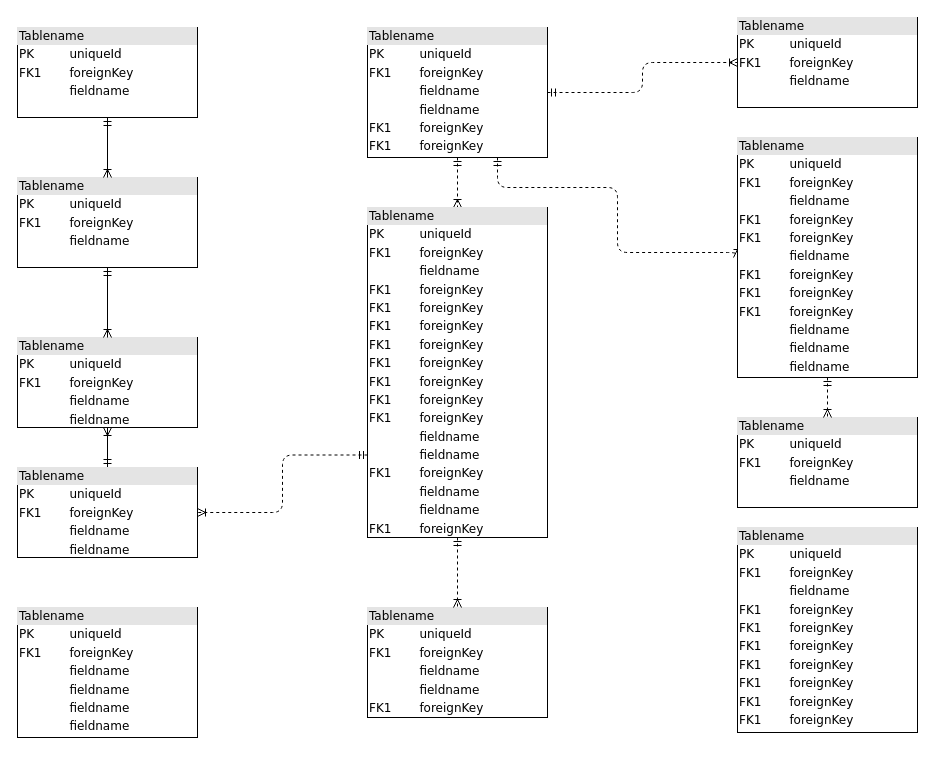
Before: diagramas/simuladordestinos.drawio in Castillo82/simuladordestinos, a draw.io diagram. Source tidied: cells renumbered, new cells numbered last; positions are measured from the earlier drawing's top-left corner, leaving out a move shared by most shapes. Both pictures are drawn from the tidied source at 100%, with x=0, y=0 at pixel (17, 17).
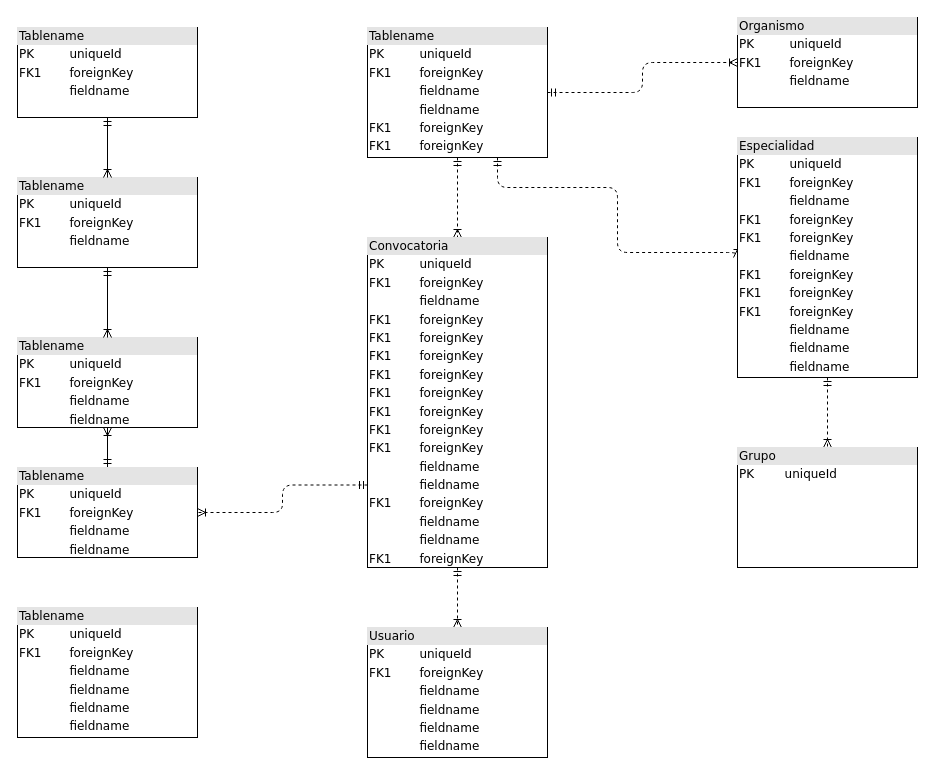
After the change.

The edit, as a diff of the source:
```diff
@@
-    <mxCell id="13" value="&lt;div style=&quot;box-sizing: border-box ; width: 100% ; background: #e4e4e4 ; padding: 2px&quot;&gt;Tablename&lt;/div&gt;&lt;table style=&quot;width: 100% ; font-size: 1em&quot; cellpadding=&quot;2&quot; cellspacing=&quot;0&quot;&gt;&lt;tbody&gt;&lt;tr&gt;&lt;td&gt;PK&lt;/td&gt;&lt;td&gt;uniqueId&lt;/td&gt;&lt;/tr&gt;&lt;tr&gt;&lt;td&gt;FK1&lt;/td&gt;&lt;td&gt;foreignKey&lt;/td&gt;&lt;/tr&gt;&lt;tr&gt;&lt;td&gt;&lt;/td&gt;&lt;td&gt;fieldname&lt;/td&gt;&lt;/tr&gt;&lt;tr&gt;&lt;td&gt;FK1&lt;br&gt;&lt;/td&gt;&lt;td&gt;foreignKey&lt;br&gt;&lt;/td&gt;&lt;/tr&gt;&lt;tr&gt;&lt;td&gt;FK1&lt;br&gt;&lt;/td&gt;&lt;td&gt;foreignKey&lt;br&gt;&lt;/td&gt;&lt;/tr&gt;&lt;tr&gt;&lt;td&gt;FK1&lt;br&gt;&lt;/td&gt;&lt;td&gt;foreignKey&lt;br&gt;&lt;/td&gt;&lt;/tr&gt;&lt;tr&gt;&lt;td&gt;FK1&lt;br&gt;&lt;/td&gt;&lt;td&gt;foreignKey&lt;br&gt;&lt;/td&gt;&lt;/tr&gt;&lt;tr&gt;&lt;td&gt;FK1&lt;br&gt;&lt;/td&gt;&lt;td&gt;foreignKey&lt;br&gt;&lt;/td&gt;&lt;/tr&gt;&lt;tr&gt;&lt;td&gt;FK1&lt;br&gt;&lt;/td&gt;&lt;td&gt;foreignKey&lt;br&gt;&lt;/td&gt;&lt;/tr&gt;&lt;tr&gt;&lt;td&gt;FK1&lt;br&gt;&lt;/td&gt;&lt;td&gt;foreignKey&lt;br&gt;&lt;/td&gt;&lt;/tr&gt;&lt;/tbody&gt;&lt;/table&gt;" style="verticalAlign=top;align=left;overflow=fill;html=1;rounded=0;shadow=0;comic=0;labelBackgroundColor=none;strokeWidth=1;fontFamily=Verdana;fontSize=12;" parent="1" vertex="1">
-      <mxGeometry x="720" y="510" width="180" height="205" as="geometry" />
-    </mxCell>
-    <mxCell id="14" value="&lt;div style=&quot;box-sizing: border-box ; width: 100% ; background: #e4e4e4 ; padding: 2px&quot;&gt;Tablename&lt;/div&gt;&lt;table style=&quot;width: 100% ; font-size: 1em&quot; cellpadding=&quot;2&quot; cellspacing=&quot;0&quot;&gt;&lt;tbody&gt;&lt;tr&gt;&lt;td&gt;PK&lt;/td&gt;&lt;td&gt;uniqueId&lt;/td&gt;&lt;/tr&gt;&lt;tr&gt;&lt;td&gt;FK1&lt;/td&gt;&lt;td&gt;foreignKey&lt;/td&gt;&lt;/tr&gt;&lt;tr&gt;&lt;td&gt;&lt;/td&gt;&lt;td&gt;fieldname&lt;/td&gt;&lt;/tr&gt;&lt;tr&gt;&lt;td&gt;&lt;br&gt;&lt;/td&gt;&lt;td&gt;fieldname&lt;br&gt;&lt;/td&gt;&lt;/tr&gt;&lt;tr&gt;&lt;td&gt;FK1&lt;br&gt;&lt;/td&gt;&lt;td&gt;foreignKey&lt;br&gt;&lt;/td&gt;&lt;/tr&gt;&lt;/tbody&gt;&lt;/table&gt;" style="verticalAlign=top;align=left;overflow=fill;html=1;rounded=0;shadow=0;comic=0;labelBackgroundColor=none;strokeWidth=1;fontFamily=Verdana;fontSize=12;" parent="1" vertex="1">
-      <mxGeometry x="350" y="590" width="180" height="110" as="geometry" />
-    </mxCell>
-    <mxCell id="15" style="edgeStyle=orthogonalEdgeStyle;html=1;entryX=0.5;entryY=0;labelBackgroundColor=none;startArrow=ERmandOne;endArrow=ERoneToMany;fontFamily=Verdana;fontSize=12;align=left;dashed=1;" parent="1" edge="1" source="16" target="14">
+    <mxCell id="15" style="edgeStyle=orthogonalEdgeStyle;html=1;entryX=0.5;entryY=0;labelBackgroundColor=none;startArrow=ERmandOne;endArrow=ERoneToMany;fontFamily=Verdana;fontSize=12;align=left;dashed=1;entryDx=0;entryDy=0;" parent="1" edge="1" source="16" target="24">
       <mxGeometry relative="1" as="geometry" />
     </mxCell>
-    <mxCell id="16" value="&lt;div style=&quot;box-sizing: border-box ; width: 100% ; background: #e4e4e4 ; padding: 2px&quot;&gt;Tablename&lt;/div&gt;&lt;table style=&quot;width: 100% ; font-size: 1em&quot; cellpadding=&quot;2&quot; cellspacing=&quot;0&quot;&gt;&lt;tbody&gt;&lt;tr&gt;&lt;td&gt;PK&lt;/td&gt;&lt;td&gt;uniqueId&lt;/td&gt;&lt;/tr&gt;&lt;tr&gt;&lt;td&gt;FK1&lt;/td&gt;&lt;td&gt;foreignKey&lt;/td&gt;&lt;/tr&gt;&lt;tr&gt;&lt;td&gt;&lt;/td&gt;&lt;td&gt;fieldname&lt;/td&gt;&lt;/tr&gt;&lt;tr&gt;&lt;td&gt;FK1&lt;br&gt;&lt;/td&gt;&lt;td&gt;foreignKey&lt;br&gt;&lt;/td&gt;&lt;/tr&gt;&lt;tr&gt;&lt;td&gt;FK1&lt;br&gt;&lt;/td&gt;&lt;td&gt;foreignKey&lt;br&gt;&lt;/td&gt;&lt;/tr&gt;&lt;tr&gt;&lt;td&gt;FK1&lt;br&gt;&lt;/td&gt;&lt;td&gt;foreignKey&lt;br&gt;&lt;/td&gt;&lt;/tr&gt;&lt;tr&gt;&lt;td&gt;FK1&lt;br&gt;&lt;/td&gt;&lt;td&gt;foreignKey&lt;br&gt;&lt;/td&gt;&lt;/tr&gt;&lt;tr&gt;&lt;td&gt;FK1&lt;br&gt;&lt;/td&gt;&lt;td&gt;foreignKey&lt;br&gt;&lt;/td&gt;&lt;/tr&gt;&lt;tr&gt;&lt;td&gt;FK1&lt;br&gt;&lt;/td&gt;&lt;td&gt;foreignKey&lt;br&gt;&lt;/td&gt;&lt;/tr&gt;&lt;tr&gt;&lt;td&gt;FK1&lt;br&gt;&lt;/td&gt;&lt;td&gt;foreignKey&lt;br&gt;&lt;/td&gt;&lt;/tr&gt;&lt;tr&gt;&lt;td&gt;FK1&lt;br&gt;&lt;/td&gt;&lt;td&gt;foreignKey&lt;br&gt;&lt;/td&gt;&lt;/tr&gt;&lt;tr&gt;&lt;td&gt;&lt;br&gt;&lt;/td&gt;&lt;td&gt;fieldname&lt;br&gt;&lt;/td&gt;&lt;/tr&gt;&lt;tr&gt;&lt;td&gt;&lt;br&gt;&lt;/td&gt;&lt;td&gt;fieldname&lt;br&gt;&lt;/td&gt;&lt;/tr&gt;&lt;tr&gt;&lt;td&gt;FK1&lt;br&gt;&lt;/td&gt;&lt;td&gt;foreignKey&lt;br&gt;&lt;/td&gt;&lt;/tr&gt;&lt;tr&gt;&lt;td&gt;&lt;br&gt;&lt;/td&gt;&lt;td&gt;fieldname&lt;br&gt;&lt;/td&gt;&lt;/tr&gt;&lt;tr&gt;&lt;td&gt;&lt;br&gt;&lt;/td&gt;&lt;td&gt;fieldname&lt;br&gt;&lt;/td&gt;&lt;/tr&gt;&lt;tr&gt;&lt;td&gt;FK1&lt;br&gt;&lt;/td&gt;&lt;td&gt;foreignKey&lt;br&gt;&lt;/td&gt;&lt;/tr&gt;&lt;/tbody&gt;&lt;/table&gt;" style="verticalAlign=top;align=left;overflow=fill;html=1;rounded=0;shadow=0;comic=0;labelBackgroundColor=none;strokeWidth=1;fontFamily=Verdana;fontSize=12;" parent="1" vertex="1">
-      <mxGeometry x="350" y="190" width="180" height="330" as="geometry" />
+    <mxCell id="16" value="&lt;div style=&quot;box-sizing: border-box ; width: 100% ; background: #e4e4e4 ; padding: 2px&quot;&gt;Convocatoria&lt;/div&gt;&lt;table style=&quot;width: 100% ; font-size: 1em&quot; cellspacing=&quot;0&quot; cellpadding=&quot;2&quot;&gt;&lt;tbody&gt;&lt;tr&gt;&lt;td&gt;PK&lt;/td&gt;&lt;td&gt;uniqueId&lt;/td&gt;&lt;/tr&gt;&lt;tr&gt;&lt;td&gt;FK1&lt;/td&gt;&lt;td&gt;foreignKey&lt;/td&gt;&lt;/tr&gt;&lt;tr&gt;&lt;td&gt;&lt;br&gt;&lt;/td&gt;&lt;td&gt;fieldname&lt;/td&gt;&lt;/tr&gt;&lt;tr&gt;&lt;td&gt;FK1&lt;br&gt;&lt;/td&gt;&lt;td&gt;foreignKey&lt;br&gt;&lt;/td&gt;&lt;/tr&gt;&lt;tr&gt;&lt;td&gt;FK1&lt;br&gt;&lt;/td&gt;&lt;td&gt;foreignKey&lt;br&gt;&lt;/td&gt;&lt;/tr&gt;&lt;tr&gt;&lt;td&gt;FK1&lt;br&gt;&lt;/td&gt;&lt;td&gt;foreignKey&lt;br&gt;&lt;/td&gt;&lt;/tr&gt;&lt;tr&gt;&lt;td&gt;FK1&lt;br&gt;&lt;/td&gt;&lt;td&gt;foreignKey&lt;br&gt;&lt;/td&gt;&lt;/tr&gt;&lt;tr&gt;&lt;td&gt;FK1&lt;br&gt;&lt;/td&gt;&lt;td&gt;foreignKey&lt;br&gt;&lt;/td&gt;&lt;/tr&gt;&lt;tr&gt;&lt;td&gt;FK1&lt;br&gt;&lt;/td&gt;&lt;td&gt;foreignKey&lt;br&gt;&lt;/td&gt;&lt;/tr&gt;&lt;tr&gt;&lt;td&gt;FK1&lt;br&gt;&lt;/td&gt;&lt;td&gt;foreignKey&lt;br&gt;&lt;/td&gt;&lt;/tr&gt;&lt;tr&gt;&lt;td&gt;FK1&lt;br&gt;&lt;/td&gt;&lt;td&gt;foreignKey&lt;br&gt;&lt;/td&gt;&lt;/tr&gt;&lt;tr&gt;&lt;td&gt;&lt;br&gt;&lt;/td&gt;&lt;td&gt;fieldname&lt;br&gt;&lt;/td&gt;&lt;/tr&gt;&lt;tr&gt;&lt;td&gt;&lt;br&gt;&lt;/td&gt;&lt;td&gt;fieldname&lt;br&gt;&lt;/td&gt;&lt;/tr&gt;&lt;tr&gt;&lt;td&gt;FK1&lt;br&gt;&lt;/td&gt;&lt;td&gt;foreignKey&lt;br&gt;&lt;/td&gt;&lt;/tr&gt;&lt;tr&gt;&lt;td&gt;&lt;br&gt;&lt;/td&gt;&lt;td&gt;fieldname&lt;br&gt;&lt;/td&gt;&lt;/tr&gt;&lt;tr&gt;&lt;td&gt;&lt;br&gt;&lt;/td&gt;&lt;td&gt;fieldname&lt;br&gt;&lt;/td&gt;&lt;/tr&gt;&lt;tr&gt;&lt;td&gt;FK1&lt;br&gt;&lt;/td&gt;&lt;td&gt;foreignKey&lt;br&gt;&lt;/td&gt;&lt;/tr&gt;&lt;/tbody&gt;&lt;/table&gt;" style="verticalAlign=top;align=left;overflow=fill;html=1;rounded=0;shadow=0;comic=0;labelBackgroundColor=none;strokeWidth=1;fontFamily=Verdana;fontSize=12;" parent="1" vertex="1">
+      <mxGeometry x="350" y="220" width="180" height="330" as="geometry" />
     </mxCell>
-    <mxCell id="17" value="&lt;div style=&quot;box-sizing:border-box;width:100%;background:#e4e4e4;padding:2px;&quot;&gt;Tablename&lt;/div&gt;&lt;table style=&quot;width:100%;font-size:1em;&quot; cellpadding=&quot;2&quot; cellspacing=&quot;0&quot;&gt;&lt;tr&gt;&lt;td&gt;PK&lt;/td&gt;&lt;td&gt;uniqueId&lt;/td&gt;&lt;/tr&gt;&lt;tr&gt;&lt;td&gt;FK1&lt;/td&gt;&lt;td&gt;foreignKey&lt;/td&gt;&lt;/tr&gt;&lt;tr&gt;&lt;td&gt;&lt;/td&gt;&lt;td&gt;fieldname&lt;/td&gt;&lt;/tr&gt;&lt;/table&gt;" style="verticalAlign=top;align=left;overflow=fill;html=1;rounded=0;shadow=0;comic=0;labelBackgroundColor=none;strokeWidth=1;fontFamily=Verdana;fontSize=12;" parent="1" vertex="1">
-      <mxGeometry x="720" y="400" width="180" height="90" as="geometry" />
-    </mxCell>
-    <mxCell id="18" style="edgeStyle=orthogonalEdgeStyle;html=1;entryX=0.5;entryY=0;dashed=1;labelBackgroundColor=none;startArrow=ERmandOne;endArrow=ERoneToMany;fontFamily=Verdana;fontSize=12;align=left;" parent="1" edge="1" source="19" target="17">
+    <mxCell id="18" style="edgeStyle=orthogonalEdgeStyle;html=1;dashed=1;labelBackgroundColor=none;startArrow=ERmandOne;endArrow=ERoneToMany;fontFamily=Verdana;fontSize=12;align=left;" parent="1" edge="1" source="19" target="23">
       <mxGeometry relative="1" as="geometry" />
     </mxCell>
-    <mxCell id="19" value="&lt;div style=&quot;box-sizing: border-box ; width: 100% ; background: #e4e4e4 ; padding: 2px&quot;&gt;Tablename&lt;/div&gt;&lt;table style=&quot;width: 100% ; font-size: 1em&quot; cellpadding=&quot;2&quot; cellspacing=&quot;0&quot;&gt;&lt;tbody&gt;&lt;tr&gt;&lt;td&gt;PK&lt;/td&gt;&lt;td&gt;uniqueId&lt;/td&gt;&lt;/tr&gt;&lt;tr&gt;&lt;td&gt;FK1&lt;/td&gt;&lt;td&gt;foreignKey&lt;/td&gt;&lt;/tr&gt;&lt;tr&gt;&lt;td&gt;&lt;/td&gt;&lt;td&gt;fieldname&lt;/td&gt;&lt;/tr&gt;&lt;tr&gt;&lt;td&gt;FK1&lt;br&gt;&lt;/td&gt;&lt;td&gt;foreignKey&lt;br&gt;&lt;/td&gt;&lt;/tr&gt;&lt;tr&gt;&lt;td&gt;FK1&lt;br&gt;&lt;/td&gt;&lt;td&gt;foreignKey&lt;br&gt;&lt;/td&gt;&lt;/tr&gt;&lt;tr&gt;&lt;td&gt;&lt;br&gt;&lt;/td&gt;&lt;td&gt;fieldname&lt;br&gt;&lt;/td&gt;&lt;/tr&gt;&lt;tr&gt;&lt;td&gt;FK1&lt;br&gt;&lt;/td&gt;&lt;td&gt;foreignKey&lt;br&gt;&lt;/td&gt;&lt;/tr&gt;&lt;tr&gt;&lt;td&gt;FK1&lt;br&gt;&lt;/td&gt;&lt;td&gt;foreignKey&lt;br&gt;&lt;/td&gt;&lt;/tr&gt;&lt;tr&gt;&lt;td&gt;FK1&lt;br&gt;&lt;/td&gt;&lt;td&gt;foreignKey&lt;br&gt;&lt;/td&gt;&lt;/tr&gt;&lt;tr&gt;&lt;td&gt;&lt;br&gt;&lt;/td&gt;&lt;td&gt;fieldname&lt;br&gt;&lt;/td&gt;&lt;/tr&gt;&lt;tr&gt;&lt;td&gt;&lt;br&gt;&lt;/td&gt;&lt;td&gt;fieldname&lt;br&gt;&lt;/td&gt;&lt;/tr&gt;&lt;tr&gt;&lt;td&gt;&lt;br&gt;&lt;/td&gt;&lt;td&gt;fieldname&lt;br&gt;&lt;/td&gt;&lt;/tr&gt;&lt;/tbody&gt;&lt;/table&gt;" style="verticalAlign=top;align=left;overflow=fill;html=1;rounded=0;shadow=0;comic=0;labelBackgroundColor=none;strokeWidth=1;fontFamily=Verdana;fontSize=12;" parent="1" vertex="1">
+    <mxCell id="19" value="&lt;div style=&quot;box-sizing: border-box ; width: 100% ; background: #e4e4e4 ; padding: 2px&quot;&gt;Especialidad&lt;/div&gt;&lt;table style=&quot;width: 100% ; font-size: 1em&quot; cellspacing=&quot;0&quot; cellpadding=&quot;2&quot;&gt;&lt;tbody&gt;&lt;tr&gt;&lt;td&gt;PK&lt;/td&gt;&lt;td&gt;uniqueId&lt;/td&gt;&lt;/tr&gt;&lt;tr&gt;&lt;td&gt;FK1&lt;/td&gt;&lt;td&gt;foreignKey&lt;/td&gt;&lt;/tr&gt;&lt;tr&gt;&lt;td&gt;&lt;br&gt;&lt;/td&gt;&lt;td&gt;fieldname&lt;/td&gt;&lt;/tr&gt;&lt;tr&gt;&lt;td&gt;FK1&lt;br&gt;&lt;/td&gt;&lt;td&gt;foreignKey&lt;br&gt;&lt;/td&gt;&lt;/tr&gt;&lt;tr&gt;&lt;td&gt;FK1&lt;br&gt;&lt;/td&gt;&lt;td&gt;foreignKey&lt;br&gt;&lt;/td&gt;&lt;/tr&gt;&lt;tr&gt;&lt;td&gt;&lt;br&gt;&lt;/td&gt;&lt;td&gt;fieldname&lt;br&gt;&lt;/td&gt;&lt;/tr&gt;&lt;tr&gt;&lt;td&gt;FK1&lt;br&gt;&lt;/td&gt;&lt;td&gt;foreignKey&lt;br&gt;&lt;/td&gt;&lt;/tr&gt;&lt;tr&gt;&lt;td&gt;FK1&lt;br&gt;&lt;/td&gt;&lt;td&gt;foreignKey&lt;br&gt;&lt;/td&gt;&lt;/tr&gt;&lt;tr&gt;&lt;td&gt;FK1&lt;br&gt;&lt;/td&gt;&lt;td&gt;foreignKey&lt;br&gt;&lt;/td&gt;&lt;/tr&gt;&lt;tr&gt;&lt;td&gt;&lt;br&gt;&lt;/td&gt;&lt;td&gt;fieldname&lt;br&gt;&lt;/td&gt;&lt;/tr&gt;&lt;tr&gt;&lt;td&gt;&lt;br&gt;&lt;/td&gt;&lt;td&gt;fieldname&lt;br&gt;&lt;/td&gt;&lt;/tr&gt;&lt;tr&gt;&lt;td&gt;&lt;br&gt;&lt;/td&gt;&lt;td&gt;fieldname&lt;br&gt;&lt;/td&gt;&lt;/tr&gt;&lt;/tbody&gt;&lt;/table&gt;" style="verticalAlign=top;align=left;overflow=fill;html=1;rounded=0;shadow=0;comic=0;labelBackgroundColor=none;strokeWidth=1;fontFamily=Verdana;fontSize=12;" parent="1" vertex="1">
       <mxGeometry x="720" y="120" width="180" height="240" as="geometry" />
     </mxCell>
-    <mxCell id="20" value="&lt;div style=&quot;box-sizing:border-box;width:100%;background:#e4e4e4;padding:2px;&quot;&gt;Tablename&lt;/div&gt;&lt;table style=&quot;width:100%;font-size:1em;&quot; cellpadding=&quot;2&quot; cellspacing=&quot;0&quot;&gt;&lt;tr&gt;&lt;td&gt;PK&lt;/td&gt;&lt;td&gt;uniqueId&lt;/td&gt;&lt;/tr&gt;&lt;tr&gt;&lt;td&gt;FK1&lt;/td&gt;&lt;td&gt;foreignKey&lt;/td&gt;&lt;/tr&gt;&lt;tr&gt;&lt;td&gt;&lt;/td&gt;&lt;td&gt;fieldname&lt;/td&gt;&lt;/tr&gt;&lt;/table&gt;" style="verticalAlign=top;align=left;overflow=fill;html=1;rounded=0;shadow=0;comic=0;labelBackgroundColor=none;strokeWidth=1;fontFamily=Verdana;fontSize=12;" parent="1" vertex="1">
+    <mxCell id="20" value="&lt;div style=&quot;box-sizing: border-box ; width: 100% ; background: #e4e4e4 ; padding: 2px&quot;&gt;Organismo&lt;/div&gt;&lt;table style=&quot;width: 100% ; font-size: 1em&quot; cellspacing=&quot;0&quot; cellpadding=&quot;2&quot;&gt;&lt;tbody&gt;&lt;tr&gt;&lt;td&gt;PK&lt;/td&gt;&lt;td&gt;uniqueId&lt;/td&gt;&lt;/tr&gt;&lt;tr&gt;&lt;td&gt;FK1&lt;/td&gt;&lt;td&gt;foreignKey&lt;/td&gt;&lt;/tr&gt;&lt;tr&gt;&lt;td&gt;&lt;br&gt;&lt;/td&gt;&lt;td&gt;fieldname&lt;/td&gt;&lt;/tr&gt;&lt;/tbody&gt;&lt;/table&gt;" style="verticalAlign=top;align=left;overflow=fill;html=1;rounded=0;shadow=0;comic=0;labelBackgroundColor=none;strokeWidth=1;fontFamily=Verdana;fontSize=12;" parent="1" vertex="1">
       <mxGeometry x="720" width="180" height="90" as="geometry" />
     </mxCell>
-    <mxCell id="21" value="&lt;div style=&quot;box-sizing: border-box ; width: 100% ; background: #e4e4e4 ; padding: 2px&quot;&gt;Tablename&lt;/div&gt;&lt;table style=&quot;width: 100% ; font-size: 1em&quot; cellpadding=&quot;2&quot; cellspacing=&quot;0&quot;&gt;&lt;tbody&gt;&lt;tr&gt;&lt;td&gt;PK&lt;/td&gt;&lt;td&gt;uniqueId&lt;/td&gt;&lt;/tr&gt;&lt;tr&gt;&lt;td&gt;FK1&lt;/td&gt;&lt;td&gt;foreignKey&lt;/td&gt;&lt;/tr&gt;&lt;tr&gt;&lt;td&gt;&lt;/td&gt;&lt;td&gt;fieldname&lt;/td&gt;&lt;/tr&gt;&lt;tr&gt;&lt;td&gt;&lt;br&gt;&lt;/td&gt;&lt;td&gt;fieldname&lt;br&gt;&lt;/td&gt;&lt;/tr&gt;&lt;tr&gt;&lt;td&gt;&lt;br&gt;&lt;/td&gt;&lt;td&gt;fieldname&lt;br&gt;&lt;/td&gt;&lt;/tr&gt;&lt;tr&gt;&lt;td&gt;&lt;br&gt;&lt;/td&gt;&lt;td&gt;fieldname&lt;br&gt;&lt;/td&gt;&lt;/tr&gt;&lt;/tbody&gt;&lt;/table&gt;" style="verticalAlign=top;align=left;overflow=fill;html=1;rounded=0;shadow=0;comic=0;labelBackgroundColor=none;strokeWidth=1;fontFamily=Verdana;fontSize=12;" parent="1" vertex="1">
+    <mxCell id="21" value="&lt;div style=&quot;box-sizing: border-box ; width: 100% ; background: #e4e4e4 ; padding: 2px&quot;&gt;Tablename&lt;/div&gt;&lt;table style=&quot;width: 100% ; font-size: 1em&quot; cellspacing=&quot;0&quot; cellpadding=&quot;2&quot;&gt;&lt;tbody&gt;&lt;tr&gt;&lt;td&gt;PK&lt;/td&gt;&lt;td&gt;uniqueId&lt;/td&gt;&lt;/tr&gt;&lt;tr&gt;&lt;td&gt;FK1&lt;/td&gt;&lt;td&gt;foreignKey&lt;/td&gt;&lt;/tr&gt;&lt;tr&gt;&lt;td&gt;&lt;br&gt;&lt;/td&gt;&lt;td&gt;fieldname&lt;/td&gt;&lt;/tr&gt;&lt;tr&gt;&lt;td&gt;&lt;br&gt;&lt;/td&gt;&lt;td&gt;fieldname&lt;br&gt;&lt;/td&gt;&lt;/tr&gt;&lt;tr&gt;&lt;td&gt;&lt;br&gt;&lt;/td&gt;&lt;td&gt;fieldname&lt;br&gt;&lt;/td&gt;&lt;/tr&gt;&lt;tr&gt;&lt;td&gt;&lt;br&gt;&lt;/td&gt;&lt;td&gt;fieldname&lt;br&gt;&lt;/td&gt;&lt;/tr&gt;&lt;/tbody&gt;&lt;/table&gt;" style="verticalAlign=top;align=left;overflow=fill;html=1;rounded=0;shadow=0;comic=0;labelBackgroundColor=none;strokeWidth=1;fontFamily=Verdana;fontSize=12;" parent="1" vertex="1">
       <mxGeometry y="590" width="180" height="130" as="geometry" />
     </mxCell>
@@
+    <mxCell id="23" value="&lt;div style=&quot;box-sizing: border-box ; width: 100% ; background: #e4e4e4 ; padding: 2px&quot;&gt;Grupo&lt;/div&gt;&lt;table style=&quot;width: 100% ; font-size: 1em&quot; cellspacing=&quot;0&quot; cellpadding=&quot;2&quot;&gt;&lt;tbody&gt;&lt;tr&gt;&lt;td&gt;PK&lt;/td&gt;&lt;td&gt;uniqueId&lt;/td&gt;&lt;/tr&gt;&lt;tr&gt;&lt;td&gt;&lt;br&gt;&lt;/td&gt;&lt;td&gt;&lt;br&gt;&lt;/td&gt;&lt;/tr&gt;&lt;tr&gt;&lt;td&gt;&lt;br&gt;&lt;/td&gt;&lt;td&gt;&lt;br&gt;&lt;/td&gt;&lt;/tr&gt;&lt;tr&gt;&lt;td&gt;&lt;br&gt;&lt;/td&gt;&lt;td&gt;&lt;br&gt;&lt;/td&gt;&lt;/tr&gt;&lt;tr&gt;&lt;td&gt;&lt;br&gt;&lt;/td&gt;&lt;td&gt;&lt;br&gt;&lt;/td&gt;&lt;/tr&gt;&lt;tr&gt;&lt;td&gt;&lt;br&gt;&lt;/td&gt;&lt;td&gt;&lt;br&gt;&lt;/td&gt;&lt;/tr&gt;&lt;tr&gt;&lt;td&gt;&lt;br&gt;&lt;/td&gt;&lt;td&gt;&lt;br&gt;&lt;/td&gt;&lt;/tr&gt;&lt;tr&gt;&lt;td&gt;&lt;br&gt;&lt;/td&gt;&lt;td&gt;&lt;br&gt;&lt;/td&gt;&lt;/tr&gt;&lt;tr&gt;&lt;td&gt;&lt;br&gt;&lt;/td&gt;&lt;td&gt;&lt;br&gt;&lt;/td&gt;&lt;/tr&gt;&lt;tr&gt;&lt;td&gt;&lt;br&gt;&lt;/td&gt;&lt;td&gt;&lt;br&gt;&lt;/td&gt;&lt;/tr&gt;&lt;tr&gt;&lt;td&gt;&lt;br&gt;&lt;/td&gt;&lt;td&gt;&lt;br&gt;&lt;/td&gt;&lt;/tr&gt;&lt;tr&gt;&lt;td&gt;&lt;br&gt;&lt;/td&gt;&lt;td&gt;&lt;br&gt;&lt;/td&gt;&lt;/tr&gt;&lt;/tbody&gt;&lt;/table&gt;" style="verticalAlign=top;align=left;overflow=fill;html=1;rounded=0;shadow=0;comic=0;labelBackgroundColor=none;strokeWidth=1;fontFamily=Verdana;fontSize=12;" parent="1" vertex="1">
+      <mxGeometry x="720" y="430" width="180" height="120" as="geometry" />
+    </mxCell>
+    <mxCell id="24" value="&lt;div style=&quot;box-sizing: border-box ; width: 100% ; background: #e4e4e4 ; padding: 2px&quot;&gt;Usuario&lt;/div&gt;&lt;table style=&quot;width: 100% ; font-size: 1em&quot; cellspacing=&quot;0&quot; cellpadding=&quot;2&quot;&gt;&lt;tbody&gt;&lt;tr&gt;&lt;td&gt;PK&lt;/td&gt;&lt;td&gt;uniqueId&lt;/td&gt;&lt;/tr&gt;&lt;tr&gt;&lt;td&gt;FK1&lt;/td&gt;&lt;td&gt;foreignKey&lt;/td&gt;&lt;/tr&gt;&lt;tr&gt;&lt;td&gt;&lt;br&gt;&lt;/td&gt;&lt;td&gt;fieldname&lt;/td&gt;&lt;/tr&gt;&lt;tr&gt;&lt;td&gt;&lt;br&gt;&lt;/td&gt;&lt;td&gt;fieldname&lt;br&gt;&lt;/td&gt;&lt;/tr&gt;&lt;tr&gt;&lt;td&gt;&lt;br&gt;&lt;/td&gt;&lt;td&gt;fieldname&lt;br&gt;&lt;/td&gt;&lt;/tr&gt;&lt;tr&gt;&lt;td&gt;&lt;br&gt;&lt;/td&gt;&lt;td&gt;fieldname&lt;br&gt;&lt;/td&gt;&lt;/tr&gt;&lt;/tbody&gt;&lt;/table&gt;" style="verticalAlign=top;align=left;overflow=fill;html=1;rounded=0;shadow=0;comic=0;labelBackgroundColor=none;strokeWidth=1;fontFamily=Verdana;fontSize=12;" parent="1" vertex="1">
+      <mxGeometry x="350" y="610" width="180" height="130" as="geometry" />
+    </mxCell>
```
